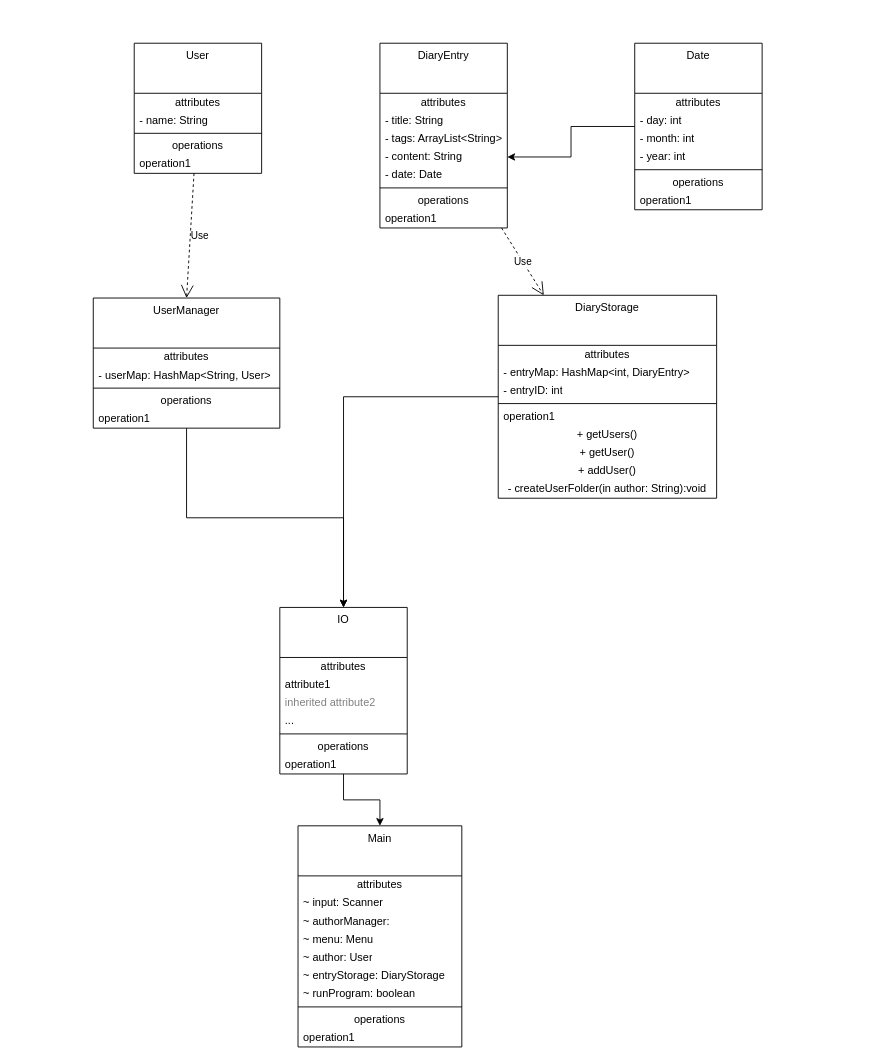
Before: Class_diagram.drawio in NTNU-IDI/mappe-2025-Kvestboe, a draw.io diagram. Source tidied: cells renumbered, new cells numbered last; positions are measured from the earlier drawing's top-left corner, leaving out a move shared by most shapes. Both pictures are drawn from the tidied source at 91%, with x=0, y=0 at pixel (93, 43).
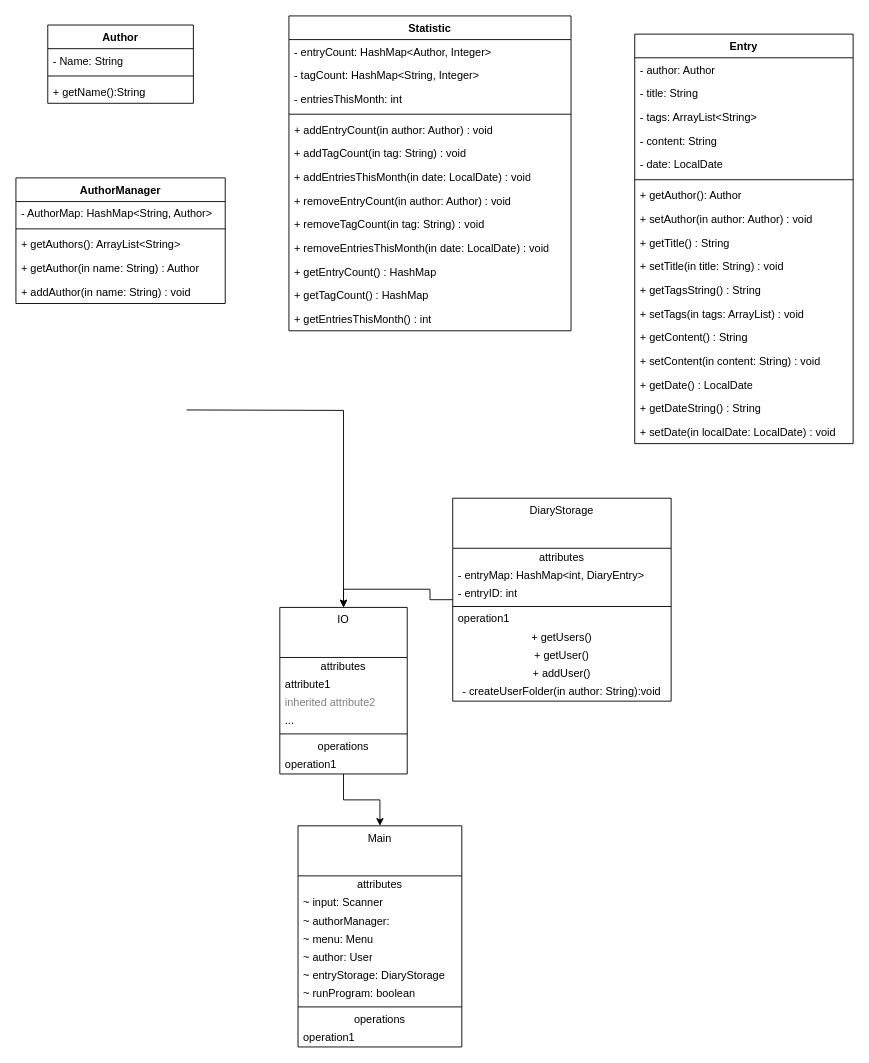
The same page after the edit.

Unchanged cells that the change refers to:
```xml
<mxCell id="36" value="IO" style="swimlane;fontStyle=0;align=center;verticalAlign=top;horizontal=1;startSize=55;html=1;whiteSpace=wrap;" parent="1" vertex="1">
  <mxGeometry x="205" y="620" width="140" height="183" as="geometry" />
</mxCell>
```

What changed in the source:
```diff
@@
-    <mxCell id="2" value="User" style="swimlane;fontStyle=0;align=center;verticalAlign=top;horizontal=1;startSize=55;html=1;whiteSpace=wrap;" parent="1" vertex="1">
-      <mxGeometry x="45" width="140" height="143" as="geometry" />
-    </mxCell>
-    <mxCell id="3" value="attributes" style="text;html=1;strokeColor=none;fillColor=none;align=center;verticalAlign=middle;spacingLeft=4;spacingRight=4;overflow=hidden;whiteSpace=wrap;" parent="2" vertex="1">
-      <mxGeometry y="55" width="140" height="20" as="geometry" />
-    </mxCell>
-    <mxCell id="4" value="- name: String" style="text;html=1;strokeColor=none;fillColor=none;align=left;verticalAlign=middle;spacingLeft=4;spacingRight=4;overflow=hidden;whiteSpace=wrap;" parent="2" vertex="1">
-      <mxGeometry y="75" width="140" height="20" as="geometry" />
-    </mxCell>
-    <mxCell id="5" style="line;strokeWidth=1;fillColor=none;align=left;verticalAlign=middle;spacingTop=-1;spacingLeft=3;spacingRight=3;labelPosition=right;" parent="2" vertex="1">
-      <mxGeometry y="95" width="140" height="8" as="geometry" />
-    </mxCell>
-    <mxCell id="6" value="operations" style="text;html=1;strokeColor=none;fillColor=none;align=center;verticalAlign=middle;spacingLeft=4;spacingRight=4;overflow=hidden;whiteSpace=wrap;" parent="2" vertex="1">
-      <mxGeometry y="103" width="140" height="20" as="geometry" />
-    </mxCell>
-    <mxCell id="7" value="operation1" style="text;html=1;strokeColor=none;fillColor=none;align=left;verticalAlign=middle;spacingLeft=4;spacingRight=4;overflow=hidden;whiteSpace=wrap;" parent="2" vertex="1">
-      <mxGeometry y="123" width="140" height="20" as="geometry" />
-    </mxCell>
-    <mxCell id="8" value="DiaryEntry" style="swimlane;fontStyle=0;align=center;verticalAlign=top;horizontal=1;startSize=55;html=1;whiteSpace=wrap;" parent="1" vertex="1">
-      <mxGeometry x="315" width="140" height="203" as="geometry" />
-    </mxCell>
-    <mxCell id="9" value="attributes" style="text;html=1;strokeColor=none;fillColor=none;align=center;verticalAlign=middle;spacingLeft=4;spacingRight=4;overflow=hidden;whiteSpace=wrap;" parent="8" vertex="1">
-      <mxGeometry y="55" width="140" height="20" as="geometry" />
-    </mxCell>
-    <mxCell id="10" value="- title: String" style="text;html=1;strokeColor=none;fillColor=none;align=left;verticalAlign=middle;spacingLeft=4;spacingRight=4;overflow=hidden;whiteSpace=wrap;" parent="8" vertex="1">
-      <mxGeometry y="75" width="140" height="20" as="geometry" />
-    </mxCell>
-    <mxCell id="11" value="- tags: ArrayList&amp;lt;String&amp;gt;" style="text;html=1;strokeColor=none;fillColor=none;align=left;verticalAlign=middle;spacingLeft=4;spacingRight=4;overflow=hidden;whiteSpace=wrap;" parent="8" vertex="1">
-      <mxGeometry y="95" width="140" height="20" as="geometry" />
-    </mxCell>
-    <mxCell id="12" value="- content: String" style="text;html=1;strokeColor=none;fillColor=none;align=left;verticalAlign=middle;spacingLeft=4;spacingRight=4;overflow=hidden;points=[[0,0.5],[1,0.5]];portConstraint=eastwest;whiteSpace=wrap;" parent="8" vertex="1">
-      <mxGeometry y="115" width="140" height="20" as="geometry" />
-    </mxCell>
-    <mxCell id="13" value="- date: Date" style="text;html=1;strokeColor=none;fillColor=none;align=left;verticalAlign=middle;spacingLeft=4;spacingRight=4;overflow=hidden;whiteSpace=wrap;" parent="8" vertex="1">
-      <mxGeometry y="135" width="140" height="20" as="geometry" />
-    </mxCell>
-    <mxCell id="14" style="line;strokeWidth=1;fillColor=none;align=left;verticalAlign=middle;spacingTop=-1;spacingLeft=3;spacingRight=3;labelPosition=right;" parent="8" vertex="1">
-      <mxGeometry y="155" width="140" height="8" as="geometry" />
-    </mxCell>
-    <mxCell id="15" value="operations" style="text;html=1;strokeColor=none;fillColor=none;align=center;verticalAlign=middle;spacingLeft=4;spacingRight=4;overflow=hidden;whiteSpace=wrap;" parent="8" vertex="1">
-      <mxGeometry y="163" width="140" height="20" as="geometry" />
-    </mxCell>
-    <mxCell id="16" value="operation1" style="text;html=1;strokeColor=none;fillColor=none;align=left;verticalAlign=middle;spacingLeft=4;spacingRight=4;overflow=hidden;whiteSpace=wrap;" parent="8" vertex="1">
-      <mxGeometry y="183" width="140" height="20" as="geometry" />
-    </mxCell>
@@
     <mxCell id="18" value="DiaryStorage" style="swimlane;fontStyle=0;align=center;verticalAlign=top;horizontal=1;startSize=55;html=1;whiteSpace=wrap;" parent="1" vertex="1">
-      <mxGeometry x="445" y="277" width="240" height="223" as="geometry" />
+      <mxGeometry x="395" y="500" width="240" height="223" as="geometry" />
     </mxCell>
@@
-    <mxCell id="28" style="edgeStyle=orthogonalEdgeStyle;rounded=0;jettySize=auto;html=1;entryX=0.5;entryY=0;entryDx=0;entryDy=0;" parent="1" edge="1" source="29" target="36">
-      <mxGeometry relative="1" as="geometry" />
+    <mxCell id="28" style="edgeStyle=orthogonalEdgeStyle;rounded=0;jettySize=auto;html=1;entryX=0.5;entryY=0;entryDx=0;entryDy=0;" parent="1" edge="1" target="36">
+      <mxGeometry relative="1" as="geometry">
+        <mxPoint x="102.5" y="403" as="sourcePoint" />
+      </mxGeometry>
     </mxCell>
-    <mxCell id="29" value="UserManager" style="swimlane;fontStyle=0;align=center;verticalAlign=top;horizontal=1;startSize=55;html=1;whiteSpace=wrap;" parent="1" vertex="1">
-      <mxGeometry y="280" width="205" height="143" as="geometry" />
-    </mxCell>
-    <mxCell id="30" value="attributes" style="text;html=1;strokeColor=none;fillColor=none;align=center;verticalAlign=middle;spacingLeft=4;spacingRight=4;overflow=hidden;whiteSpace=wrap;" parent="29" vertex="1">
-      <mxGeometry y="55" width="205" height="20" as="geometry" />
-    </mxCell>
-    <mxCell id="31" value="- userMap: HashMap&amp;lt;String, User&amp;gt;" style="text;html=1;strokeColor=none;fillColor=none;align=left;verticalAlign=middle;spacingLeft=4;spacingRight=4;overflow=hidden;whiteSpace=wrap;" parent="29" vertex="1">
-      <mxGeometry y="75" width="205" height="20" as="geometry" />
-    </mxCell>
-    <mxCell id="32" style="line;strokeWidth=1;fillColor=none;align=left;verticalAlign=middle;spacingTop=-1;spacingLeft=3;spacingRight=3;labelPosition=right;" parent="29" vertex="1">
-      <mxGeometry y="95" width="205" height="8" as="geometry" />
-    </mxCell>
-    <mxCell id="33" value="operations" style="text;html=1;strokeColor=none;fillColor=none;align=center;verticalAlign=middle;spacingLeft=4;spacingRight=4;overflow=hidden;whiteSpace=wrap;" parent="29" vertex="1">
-      <mxGeometry y="103" width="205" height="20" as="geometry" />
-    </mxCell>
-    <mxCell id="34" value="operation1" style="text;html=1;strokeColor=none;fillColor=none;align=left;verticalAlign=middle;spacingLeft=4;spacingRight=4;overflow=hidden;whiteSpace=wrap;" parent="29" vertex="1">
-      <mxGeometry y="123" width="205" height="20" as="geometry" />
-    </mxCell>
@@
-    <mxCell id="44" style="edgeStyle=orthogonalEdgeStyle;rounded=0;jettySize=auto;html=1;" parent="1" edge="1" source="45" target="12">
-      <mxGeometry relative="1" as="geometry" />
-    </mxCell>
-    <mxCell id="45" value="Date" style="swimlane;fontStyle=0;align=center;verticalAlign=top;horizontal=1;startSize=55;html=1;whiteSpace=wrap;" parent="1" vertex="1">
-      <mxGeometry x="595" width="140" height="183" as="geometry" />
-    </mxCell>
-    <mxCell id="46" value="attributes" style="text;html=1;strokeColor=none;fillColor=none;align=center;verticalAlign=middle;spacingLeft=4;spacingRight=4;overflow=hidden;whiteSpace=wrap;" parent="45" vertex="1">
-      <mxGeometry y="55" width="140" height="20" as="geometry" />
-    </mxCell>
-    <mxCell id="47" value="- day: int" style="text;html=1;strokeColor=none;fillColor=none;align=left;verticalAlign=middle;spacingLeft=4;spacingRight=4;overflow=hidden;whiteSpace=wrap;" parent="45" vertex="1">
-      <mxGeometry y="75" width="140" height="20" as="geometry" />
-    </mxCell>
-    <mxCell id="48" value="- month: int" style="text;html=1;strokeColor=none;fillColor=none;align=left;verticalAlign=middle;spacingLeft=4;spacingRight=4;overflow=hidden;whiteSpace=wrap;" parent="45" vertex="1">
-      <mxGeometry y="95" width="140" height="20" as="geometry" />
-    </mxCell>
-    <mxCell id="49" value="- year: int" style="text;html=1;strokeColor=none;fillColor=none;align=left;verticalAlign=middle;spacingLeft=4;spacingRight=4;overflow=hidden;whiteSpace=wrap;" parent="45" vertex="1">
-      <mxGeometry y="115" width="140" height="20" as="geometry" />
-    </mxCell>
-    <mxCell id="50" style="line;strokeWidth=1;fillColor=none;align=left;verticalAlign=middle;spacingTop=-1;spacingLeft=3;spacingRight=3;labelPosition=right;" parent="45" vertex="1">
-      <mxGeometry y="135" width="140" height="8" as="geometry" />
-    </mxCell>
-    <mxCell id="51" value="operations" style="text;html=1;strokeColor=none;fillColor=none;align=center;verticalAlign=middle;spacingLeft=4;spacingRight=4;overflow=hidden;whiteSpace=wrap;" parent="45" vertex="1">
-      <mxGeometry y="143" width="140" height="20" as="geometry" />
-    </mxCell>
-    <mxCell id="52" value="operation1" style="text;html=1;strokeColor=none;fillColor=none;align=left;verticalAlign=middle;spacingLeft=4;spacingRight=4;overflow=hidden;whiteSpace=wrap;" parent="45" vertex="1">
-      <mxGeometry y="163" width="140" height="20" as="geometry" />
-    </mxCell>
@@
-    <mxCell id="64" value="Use" style="endArrow=open;endSize=12;dashed=1;html=1;rounded=0;entryX=0.5;entryY=0;entryDx=0;entryDy=0;" parent="1" edge="1" source="2" target="29">
-      <mxGeometry y="10" relative="1" as="geometry" />
-    </mxCell>
-    <mxCell id="65" value="Use" style="endArrow=open;endSize=12;dashed=1;html=1;rounded=0;" parent="1" edge="1" source="8" target="18">
-      <mxGeometry relative="1" as="geometry" />
-    </mxCell>
+    <mxCell id="66" value="Statistic" style="swimlane;fontStyle=1;align=center;verticalAlign=top;horizontal=1;startSize=26;whiteSpace=wrap;html=1;" parent="1" vertex="1">
+      <mxGeometry x="215" y="-30" width="310" height="346" as="geometry" />
+    </mxCell>
+    <mxCell id="67" value="- entryCount: HashMap&amp;lt;Author, Integer&amp;gt;&amp;nbsp;" style="text;strokeColor=none;fillColor=none;align=left;verticalAlign=top;spacingLeft=4;spacingRight=4;overflow=hidden;whiteSpace=wrap;html=1;" parent="66" vertex="1">
+      <mxGeometry y="26" width="310" height="26" as="geometry" />
+    </mxCell>
+    <mxCell id="68" value="- tagCount: HashMap&amp;lt;String, Integer&amp;gt;" style="text;strokeColor=none;fillColor=none;align=left;verticalAlign=top;spacingLeft=4;spacingRight=4;overflow=hidden;whiteSpace=wrap;html=1;" parent="66" vertex="1">
+      <mxGeometry y="52" width="310" height="26" as="geometry" />
+    </mxCell>
+    <mxCell id="69" value="- entriesThisMonth: int" style="text;strokeColor=none;fillColor=none;align=left;verticalAlign=top;spacingLeft=4;spacingRight=4;overflow=hidden;whiteSpace=wrap;html=1;" parent="66" vertex="1">
+      <mxGeometry y="78" width="310" height="26" as="geometry" />
+    </mxCell>
+    <mxCell id="70" style="line;strokeWidth=1;fillColor=none;align=left;verticalAlign=middle;spacingTop=-1;spacingLeft=3;spacingRight=3;labelPosition=right;strokeColor=inherit;" parent="66" vertex="1">
+      <mxGeometry y="104" width="310" height="8" as="geometry" />
+    </mxCell>
+    <mxCell id="71" value="+ addEntryCount(in author: Author) : void" style="text;strokeColor=none;fillColor=none;align=left;verticalAlign=top;spacingLeft=4;spacingRight=4;overflow=hidden;whiteSpace=wrap;html=1;" parent="66" vertex="1">
+      <mxGeometry y="112" width="310" height="26" as="geometry" />
+    </mxCell>
+    <mxCell id="72" value="+ addTagCount(in tag: String) : void" style="text;strokeColor=none;fillColor=none;align=left;verticalAlign=top;spacingLeft=4;spacingRight=4;overflow=hidden;whiteSpace=wrap;html=1;" parent="66" vertex="1">
+      <mxGeometry y="138" width="310" height="26" as="geometry" />
+    </mxCell>
+    <mxCell id="73" value="+ addEntriesThisMonth(in date: LocalDate) : void" style="text;strokeColor=none;fillColor=none;align=left;verticalAlign=top;spacingLeft=4;spacingRight=4;overflow=hidden;whiteSpace=wrap;html=1;" parent="66" vertex="1">
+      <mxGeometry y="164" width="310" height="26" as="geometry" />
+    </mxCell>
+    <mxCell id="74" value="+ removeEntryCount(in author: Author) : void" style="text;strokeColor=none;fillColor=none;align=left;verticalAlign=top;spacingLeft=4;spacingRight=4;overflow=hidden;whiteSpace=wrap;html=1;" parent="66" vertex="1">
+      <mxGeometry y="190" width="310" height="26" as="geometry" />
+    </mxCell>
+    <mxCell id="75" value="+ removeTagCount(in tag: String) : void" style="text;strokeColor=none;fillColor=none;align=left;verticalAlign=top;spacingLeft=4;spacingRight=4;overflow=hidden;whiteSpace=wrap;html=1;" parent="66" vertex="1">
+      <mxGeometry y="216" width="310" height="26" as="geometry" />
+    </mxCell>
+    <mxCell id="76" value="+ removeEntriesThisMonth(in date: LocalDate) : void" style="text;strokeColor=none;fillColor=none;align=left;verticalAlign=top;spacingLeft=4;spacingRight=4;overflow=hidden;whiteSpace=wrap;html=1;" parent="66" vertex="1">
+      <mxGeometry y="242" width="310" height="26" as="geometry" />
+    </mxCell>
+    <mxCell id="77" value="+ getEntryCount() : HashMap" style="text;strokeColor=none;fillColor=none;align=left;verticalAlign=top;spacingLeft=4;spacingRight=4;overflow=hidden;whiteSpace=wrap;html=1;" parent="66" vertex="1">
+      <mxGeometry y="268" width="310" height="26" as="geometry" />
+    </mxCell>
+    <mxCell id="78" value="+ getTagCount() : HashMap" style="text;strokeColor=none;fillColor=none;align=left;verticalAlign=top;spacingLeft=4;spacingRight=4;overflow=hidden;whiteSpace=wrap;html=1;" parent="66" vertex="1">
+      <mxGeometry y="294" width="310" height="26" as="geometry" />
+    </mxCell>
+    <mxCell id="79" value="+ getEntriesThisMonth() : int" style="text;strokeColor=none;fillColor=none;align=left;verticalAlign=top;spacingLeft=4;spacingRight=4;overflow=hidden;whiteSpace=wrap;html=1;" parent="66" vertex="1">
+      <mxGeometry y="320" width="310" height="26" as="geometry" />
+    </mxCell>
+    <mxCell id="80" value="Author" style="swimlane;fontStyle=1;align=center;verticalAlign=top;horizontal=1;startSize=26;whiteSpace=wrap;html=1;" parent="1" vertex="1">
+      <mxGeometry x="-50" y="-20" width="160" height="86" as="geometry" />
+    </mxCell>
+    <mxCell id="81" value="- Name: String" style="text;strokeColor=none;fillColor=none;align=left;verticalAlign=top;spacingLeft=4;spacingRight=4;overflow=hidden;whiteSpace=wrap;html=1;" parent="80" vertex="1">
+      <mxGeometry y="26" width="160" height="26" as="geometry" />
+    </mxCell>
+    <mxCell id="82" style="line;strokeWidth=1;fillColor=none;align=left;verticalAlign=middle;spacingTop=-1;spacingLeft=3;spacingRight=3;labelPosition=right;strokeColor=inherit;" parent="80" vertex="1">
+      <mxGeometry y="52" width="160" height="8" as="geometry" />
+    </mxCell>
+    <mxCell id="83" value="+ getName():String" style="text;strokeColor=none;fillColor=none;align=left;verticalAlign=top;spacingLeft=4;spacingRight=4;overflow=hidden;whiteSpace=wrap;html=1;" parent="80" vertex="1">
+      <mxGeometry y="60" width="160" height="26" as="geometry" />
+    </mxCell>
+    <mxCell id="84" value="AuthorManager" style="swimlane;fontStyle=1;align=center;verticalAlign=top;horizontal=1;startSize=26;whiteSpace=wrap;html=1;" parent="1" vertex="1">
+      <mxGeometry x="-85" y="148" width="230" height="138" as="geometry" />
+    </mxCell>
+    <mxCell id="85" value="- AuthorMap: HashMap&amp;lt;String, Author&amp;gt;" style="text;strokeColor=none;fillColor=none;align=left;verticalAlign=top;spacingLeft=4;spacingRight=4;overflow=hidden;whiteSpace=wrap;html=1;" parent="84" vertex="1">
+      <mxGeometry y="26" width="230" height="26" as="geometry" />
+    </mxCell>
+    <mxCell id="86" style="line;strokeWidth=1;fillColor=none;align=left;verticalAlign=middle;spacingTop=-1;spacingLeft=3;spacingRight=3;labelPosition=right;strokeColor=inherit;" parent="84" vertex="1">
+      <mxGeometry y="52" width="230" height="8" as="geometry" />
+    </mxCell>
+    <mxCell id="87" value="+ getAuthors(): ArrayList&amp;lt;String&amp;gt;" style="text;strokeColor=none;fillColor=none;align=left;verticalAlign=top;spacingLeft=4;spacingRight=4;overflow=hidden;whiteSpace=wrap;html=1;" parent="84" vertex="1">
+      <mxGeometry y="60" width="230" height="26" as="geometry" />
+    </mxCell>
+    <mxCell id="88" value="+ getAuthor(in name: String) : Author" style="text;strokeColor=none;fillColor=none;align=left;verticalAlign=top;spacingLeft=4;spacingRight=4;overflow=hidden;whiteSpace=wrap;html=1;" parent="84" vertex="1">
+      <mxGeometry y="86" width="230" height="26" as="geometry" />
+    </mxCell>
+    <mxCell id="89" value="+ addAuthor(in name: String) : void" style="text;strokeColor=none;fillColor=none;align=left;verticalAlign=top;spacingLeft=4;spacingRight=4;overflow=hidden;whiteSpace=wrap;html=1;" parent="84" vertex="1">
+      <mxGeometry y="112" width="230" height="26" as="geometry" />
+    </mxCell>
+    <mxCell id="90" value="Entry" style="swimlane;fontStyle=1;align=center;verticalAlign=top;horizontal=1;startSize=26;whiteSpace=wrap;html=1;" parent="1" vertex="1">
+      <mxGeometry x="595" y="-10" width="240" height="450" as="geometry" />
+    </mxCell>
+    <mxCell id="91" value="- author: Author" style="text;strokeColor=none;fillColor=none;align=left;verticalAlign=top;spacingLeft=4;spacingRight=4;overflow=hidden;whiteSpace=wrap;html=1;" parent="90" vertex="1">
+      <mxGeometry y="26" width="240" height="26" as="geometry" />
+    </mxCell>
+    <mxCell id="10" value="- title: String" style="text;strokeColor=none;fillColor=none;align=left;verticalAlign=top;spacingLeft=4;spacingRight=4;overflow=hidden;whiteSpace=wrap;html=1;" parent="90" vertex="1">
+      <mxGeometry y="52" width="240" height="26" as="geometry" />
+    </mxCell>
+    <mxCell id="11" value="- tags: ArrayList&amp;lt;String&amp;gt;" style="text;strokeColor=none;fillColor=none;align=left;verticalAlign=top;spacingLeft=4;spacingRight=4;overflow=hidden;whiteSpace=wrap;html=1;" parent="90" vertex="1">
+      <mxGeometry y="78" width="240" height="26" as="geometry" />
+    </mxCell>
+    <mxCell id="12" value="- content: String" style="text;strokeColor=none;fillColor=none;align=left;verticalAlign=top;spacingLeft=4;spacingRight=4;overflow=hidden;points=[[0,0.5],[1,0.5]];portConstraint=eastwest;whiteSpace=wrap;html=1;" parent="90" vertex="1">
+      <mxGeometry y="104" width="240" height="26" as="geometry" />
+    </mxCell>
+    <mxCell id="92" value="- date: LocalDate" style="text;strokeColor=none;fillColor=none;align=left;verticalAlign=top;spacingLeft=4;spacingRight=4;overflow=hidden;whiteSpace=wrap;html=1;" parent="90" vertex="1">
+      <mxGeometry y="130" width="240" height="26" as="geometry" />
+    </mxCell>
+    <mxCell id="93" style="line;strokeWidth=1;fillColor=none;align=left;verticalAlign=middle;spacingTop=-1;spacingLeft=3;spacingRight=3;labelPosition=right;strokeColor=inherit;" parent="90" vertex="1">
+      <mxGeometry y="156" width="240" height="8" as="geometry" />
+    </mxCell>
+    <mxCell id="94" value="+ getAuthor(): Author" style="text;strokeColor=none;fillColor=none;align=left;verticalAlign=top;spacingLeft=4;spacingRight=4;overflow=hidden;whiteSpace=wrap;html=1;" parent="90" vertex="1">
+      <mxGeometry y="164" width="240" height="26" as="geometry" />
+    </mxCell>
+    <mxCell id="95" value="+ setAuthor(in author: Author) : void" style="text;strokeColor=none;fillColor=none;align=left;verticalAlign=top;spacingLeft=4;spacingRight=4;overflow=hidden;whiteSpace=wrap;html=1;" parent="90" vertex="1">
+      <mxGeometry y="190" width="240" height="26" as="geometry" />
+    </mxCell>
+    <mxCell id="96" value="+ getTitle() : String" style="text;strokeColor=none;fillColor=none;align=left;verticalAlign=top;spacingLeft=4;spacingRight=4;overflow=hidden;whiteSpace=wrap;html=1;" parent="90" vertex="1">
+      <mxGeometry y="216" width="240" height="26" as="geometry" />
+    </mxCell>
+    <mxCell id="97" value="+ setTitle(in title: String) : void" style="text;strokeColor=none;fillColor=none;align=left;verticalAlign=top;spacingLeft=4;spacingRight=4;overflow=hidden;whiteSpace=wrap;html=1;" parent="90" vertex="1">
+      <mxGeometry y="242" width="240" height="26" as="geometry" />
+    </mxCell>
+    <mxCell id="98" value="+ getTagsString() : String" style="text;strokeColor=none;fillColor=none;align=left;verticalAlign=top;spacingLeft=4;spacingRight=4;overflow=hidden;whiteSpace=wrap;html=1;" parent="90" vertex="1">
+      <mxGeometry y="268" width="240" height="26" as="geometry" />
+    </mxCell>
+    <mxCell id="99" value="&lt;span style=&quot;background-color: transparent; color: light-dark(rgb(0, 0, 0), rgb(255, 255, 255));&quot;&gt;+ setTags(in tags: ArrayList&lt;/span&gt;) : void&amp;nbsp;" style="text;strokeColor=none;fillColor=none;align=left;verticalAlign=top;spacingLeft=4;spacingRight=4;overflow=hidden;whiteSpace=wrap;html=1;" parent="90" vertex="1">
+      <mxGeometry y="294" width="240" height="26" as="geometry" />
+    </mxCell>
+    <mxCell id="100" value="+ getContent() : String" style="text;strokeColor=none;fillColor=none;align=left;verticalAlign=top;spacingLeft=4;spacingRight=4;overflow=hidden;whiteSpace=wrap;html=1;" parent="90" vertex="1">
+      <mxGeometry y="320" width="240" height="26" as="geometry" />
+    </mxCell>
+    <mxCell id="101" value="+ setContent(in content: String) : void" style="text;strokeColor=none;fillColor=none;align=left;verticalAlign=top;spacingLeft=4;spacingRight=4;overflow=hidden;whiteSpace=wrap;html=1;" parent="90" vertex="1">
+      <mxGeometry y="346" width="240" height="26" as="geometry" />
+    </mxCell>
+    <mxCell id="102" value="+ getDate() : LocalDate" style="text;strokeColor=none;fillColor=none;align=left;verticalAlign=top;spacingLeft=4;spacingRight=4;overflow=hidden;whiteSpace=wrap;html=1;" parent="90" vertex="1">
+      <mxGeometry y="372" width="240" height="26" as="geometry" />
+    </mxCell>
+    <mxCell id="103" value="+ getDateString() : String" style="text;strokeColor=none;fillColor=none;align=left;verticalAlign=top;spacingLeft=4;spacingRight=4;overflow=hidden;whiteSpace=wrap;html=1;" parent="90" vertex="1">
+      <mxGeometry y="398" width="240" height="26" as="geometry" />
+    </mxCell>
+    <mxCell id="104" value=" + setDate(in localDate: LocalDate) : void" style="text;strokeColor=none;fillColor=none;align=left;verticalAlign=top;spacingLeft=4;spacingRight=4;overflow=hidden;whiteSpace=wrap;html=1;" parent="90" vertex="1">
+      <mxGeometry y="424" width="240" height="26" as="geometry" />
+    </mxCell>
```
